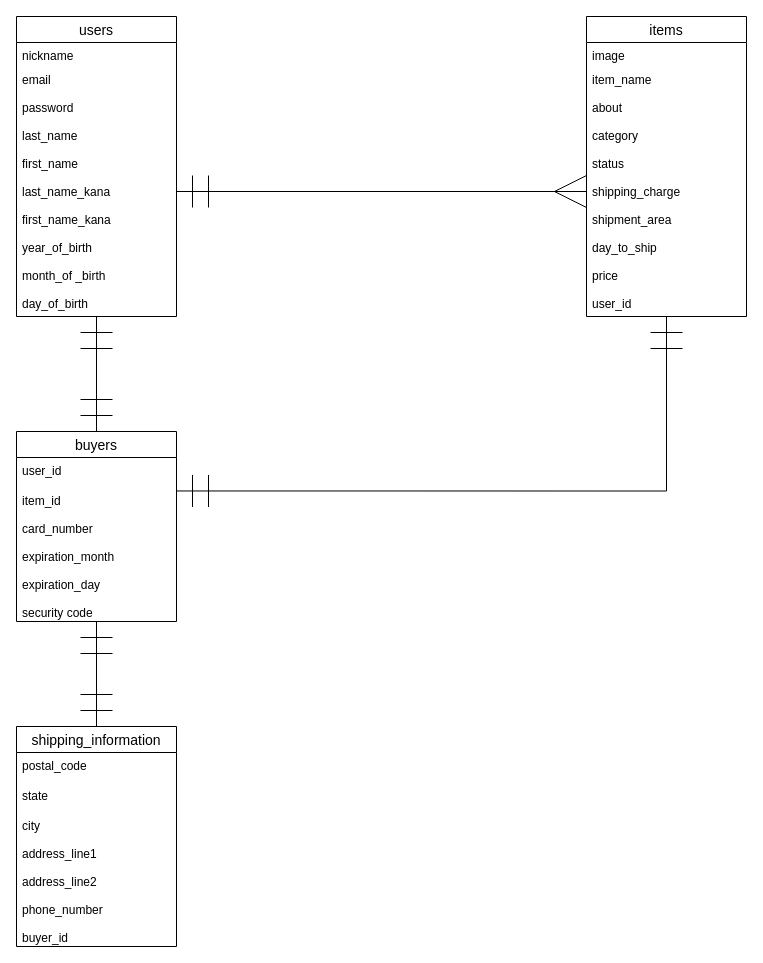
awa411/furima-34872 keeps this draw.io diagram as er.dio. Above is the earlier version. Source tidied: cells renumbered, new cells numbered last; positions are measured from the earlier drawing's top-left corner, leaving out a move shared by most shapes. Both pictures are drawn from the tidied source at 100%, with x=0, y=0 at pixel (16, 16).
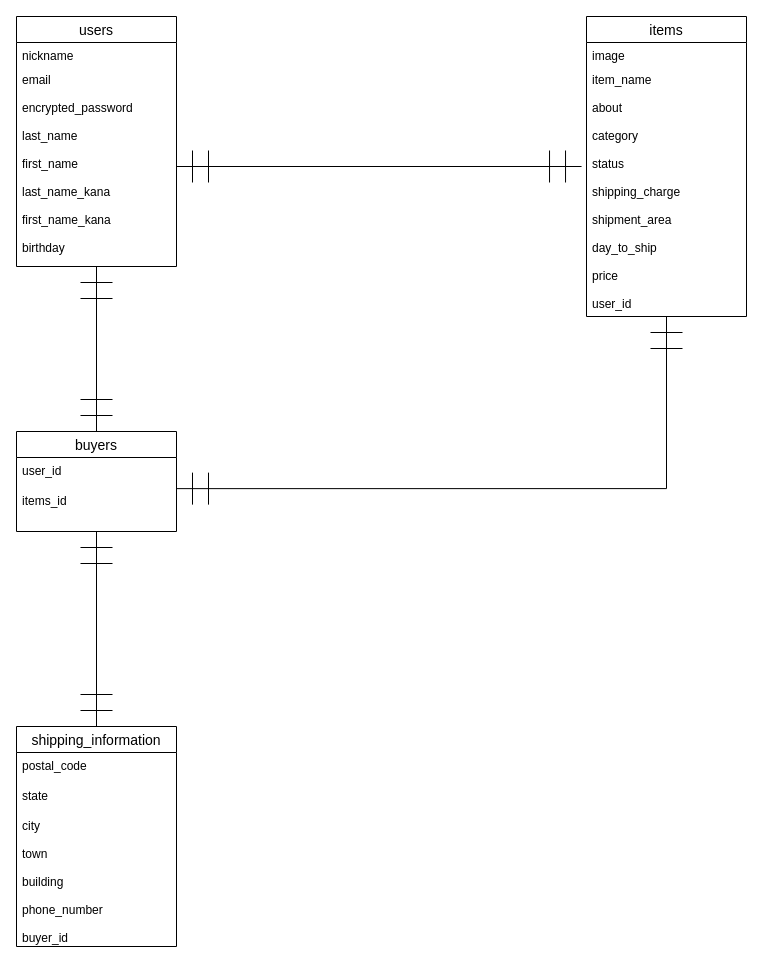
Above is the later version.

The edit, as a diff of the source:
```diff
@@
 <mxGraphModel>
   <root>
     <mxCell id="0" />
     <mxCell id="1" parent="0" />
     <mxCell id="2" style="edgeStyle=orthogonalEdgeStyle;rounded=0;jettySize=auto;html=1;entryX=0.5;entryY=0;entryDx=0;entryDy=0;startArrow=ERmandOne;startFill=0;endArrow=ERmandOne;endFill=0;endSize=30;startSize=30;" parent="1" edge="1" source="3" target="11">
       <mxGeometry relative="1" as="geometry" />
     </mxCell>
     <mxCell id="3" value="users" style="swimlane;fontStyle=0;horizontal=1;startSize=26;align=center;fontSize=14;" parent="1" vertex="1">
-      <mxGeometry width="160" height="300" as="geometry" />
+      <mxGeometry width="160" height="250" as="geometry" />
     </mxCell>
     <mxCell id="4" value="nickname" style="text;strokeColor=none;fillColor=none;spacingLeft=4;spacingRight=4;overflow=hidden;fontSize=12;" parent="3" vertex="1">
       <mxGeometry y="26" width="160" height="24" as="geometry" />
     </mxCell>
-    <mxCell id="5" value="email&#10;&#10;password&#10;&#10;last_name&#10;&#10;first_name&#10;&#10;last_name_kana&#10;&#10;first_name_kana&#10;&#10;year_of_birth&#10;&#10;month_of _birth&#10;&#10;day_of_birth" style="text;strokeColor=none;fillColor=none;spacingLeft=4;spacingRight=4;overflow=hidden;points=[[0,0.5],[1,0.5]];portConstraint=eastwest;fontSize=12;" parent="3" vertex="1">
-      <mxGeometry y="50" width="160" height="250" as="geometry" />
+    <mxCell id="5" value="email&#10;&#10;encrypted_password&#10;&#10;last_name&#10;&#10;first_name&#10;&#10;last_name_kana&#10;&#10;first_name_kana&#10;&#10;birthday" style="text;strokeColor=none;fillColor=none;spacingLeft=4;spacingRight=4;overflow=hidden;points=[[0,0.5],[1,0.5]];portConstraint=eastwest;fontSize=12;" parent="3" vertex="1">
+      <mxGeometry y="50" width="160" height="200" as="geometry" />
     </mxCell>
     <mxCell id="6" style="edgeStyle=orthogonalEdgeStyle;rounded=0;jettySize=auto;html=1;startArrow=ERmandOne;startFill=0;startSize=30;endArrow=ERmandOne;endFill=0;endSize=30;entryX=1;entryY=0.026;entryDx=0;entryDy=0;entryPerimeter=0;" parent="1" edge="1" source="7" target="13">
       <mxGeometry relative="1" as="geometry" />
     </mxCell>
     <mxCell id="7" value="items" style="swimlane;fontStyle=0;horizontal=1;startSize=26;align=center;fontSize=14;" parent="1" vertex="1">
       <mxGeometry x="570" width="160" height="300" as="geometry" />
     </mxCell>
     <mxCell id="8" value="image" style="text;strokeColor=none;fillColor=none;spacingLeft=4;spacingRight=4;overflow=hidden;fontSize=12;" parent="7" vertex="1">
       <mxGeometry y="26" width="160" height="24" as="geometry" />
     </mxCell>
     <mxCell id="9" value="item_name&#10;&#10;about&#10;&#10;category&#10;&#10;status&#10;&#10;shipping_charge&#10;&#10;shipment_area&#10;&#10;day_to_ship&#10;&#10;price&#10;&#10;user_id&#10;" style="text;strokeColor=none;fillColor=none;spacingLeft=4;spacingRight=4;overflow=hidden;points=[[0,0.5],[1,0.5]];portConstraint=eastwest;fontSize=12;" parent="7" vertex="1">
       <mxGeometry y="50" width="160" height="250" as="geometry" />
     </mxCell>
     <mxCell id="10" style="edgeStyle=orthogonalEdgeStyle;rounded=0;jettySize=auto;html=1;entryX=0.5;entryY=0;entryDx=0;entryDy=0;startArrow=ERmandOne;startFill=0;startSize=30;endArrow=ERmandOne;endFill=0;endSize=30;" parent="1" edge="1" source="11" target="14">
       <mxGeometry relative="1" as="geometry" />
     </mxCell>
     <mxCell id="11" value="buyers" style="swimlane;fontStyle=0;horizontal=1;startSize=26;align=center;fontSize=14;" parent="1" vertex="1">
-      <mxGeometry y="415" width="160" height="190" as="geometry" />
+      <mxGeometry y="415" width="160" height="100" as="geometry" />
     </mxCell>
     <mxCell id="12" value="user_id" style="text;strokeColor=none;fillColor=none;spacingLeft=4;spacingRight=4;overflow=hidden;fontSize=12;" parent="11" vertex="1">
       <mxGeometry y="26" width="160" height="30" as="geometry" />
     </mxCell>
-    <mxCell id="13" value="item_id&#10;&#10;card_number&#10;&#10;expiration_month&#10;&#10;expiration_day&#10;&#10;security code&#10;&#10;" style="text;strokeColor=none;fillColor=none;spacingLeft=4;spacingRight=4;overflow=hidden;points=[[0,0.5],[1,0.5]];portConstraint=eastwest;fontSize=12;" parent="11" vertex="1">
-      <mxGeometry y="56" width="160" height="134" as="geometry" />
+    <mxCell id="13" value="items_id&#10;&#10;" style="text;strokeColor=none;fillColor=none;spacingLeft=4;spacingRight=4;overflow=hidden;points=[[0,0.5],[1,0.5]];portConstraint=eastwest;fontSize=12;" parent="11" vertex="1">
+      <mxGeometry y="56" width="160" height="44" as="geometry" />
     </mxCell>
     <mxCell id="14" value="shipping_information" style="swimlane;fontStyle=0;horizontal=1;startSize=26;align=center;fontSize=14;" parent="1" vertex="1">
       <mxGeometry y="710" width="160" height="220" as="geometry" />
     </mxCell>
     <mxCell id="15" value="postal_code" style="text;strokeColor=none;fillColor=none;spacingLeft=4;spacingRight=4;overflow=hidden;fontSize=12;" parent="14" vertex="1">
       <mxGeometry y="26" width="160" height="30" as="geometry" />
     </mxCell>
     <mxCell id="16" value="state" style="text;strokeColor=none;fillColor=none;spacingLeft=4;spacingRight=4;overflow=hidden;fontSize=12;" parent="14" vertex="1">
       <mxGeometry y="56" width="160" height="30" as="geometry" />
     </mxCell>
-    <mxCell id="17" value="city&#10;&#10;address_line1&#10;&#10;address_line2&#10;&#10;phone_number&#10;&#10;buyer_id&#10;&#10;" style="text;strokeColor=none;fillColor=none;spacingLeft=4;spacingRight=4;overflow=hidden;fontSize=12;" parent="14" vertex="1">
+    <mxCell id="17" value="city&#10;&#10;town&#10;&#10;building&#10;&#10;phone_number&#10;&#10;buyer_id&#10;&#10;" style="text;strokeColor=none;fillColor=none;spacingLeft=4;spacingRight=4;overflow=hidden;fontSize=12;" parent="14" vertex="1">
       <mxGeometry y="86" width="160" height="134" as="geometry" />
     </mxCell>
-    <mxCell id="18" style="edgeStyle=orthogonalEdgeStyle;rounded=0;jettySize=auto;html=1;exitX=1;exitY=0.5;exitDx=0;exitDy=0;entryX=0;entryY=0.5;entryDx=0;entryDy=0;startArrow=ERmandOne;startFill=0;endArrow=ERmany;endFill=0;endSize=30;startSize=30;" parent="1" edge="1" source="5" target="9">
+    <mxCell id="18" style="edgeStyle=orthogonalEdgeStyle;rounded=0;jettySize=auto;html=1;entryX=-0.031;entryY=0.4;entryDx=0;entryDy=0;entryPerimeter=0;startArrow=ERmandOne;startFill=0;startSize=30;endArrow=ERmandOne;endFill=0;endSize=30;" parent="1" edge="1" source="5" target="9">
       <mxGeometry relative="1" as="geometry" />
     </mxCell>
   </root>
 </mxGraphModel>
```
